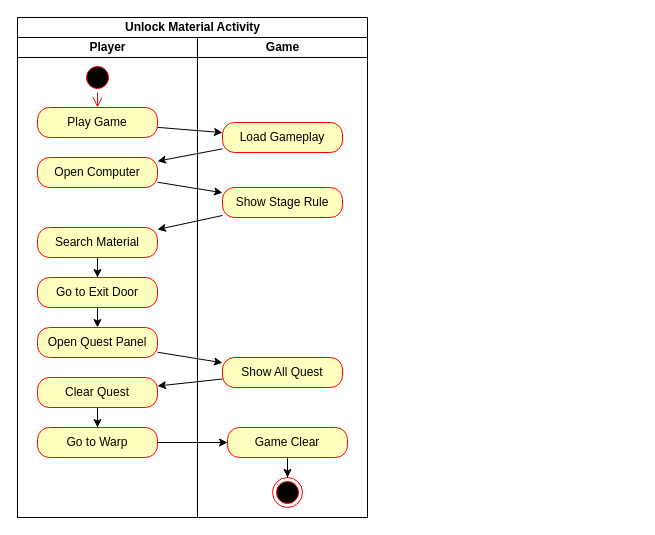
Above: page "Activity - Unlock Material" (12 of 16) of docs/Quest.drawio in rif746/AlgosQuest (draw.io), before the change. Source tidied: cells renumbered, new cells numbered last; positions are measured from the earlier drawing's top-left corner, leaving out a move shared by most shapes. Both pictures are drawn from the tidied source at 100%, with x=0, y=0 at pixel (17, 17).
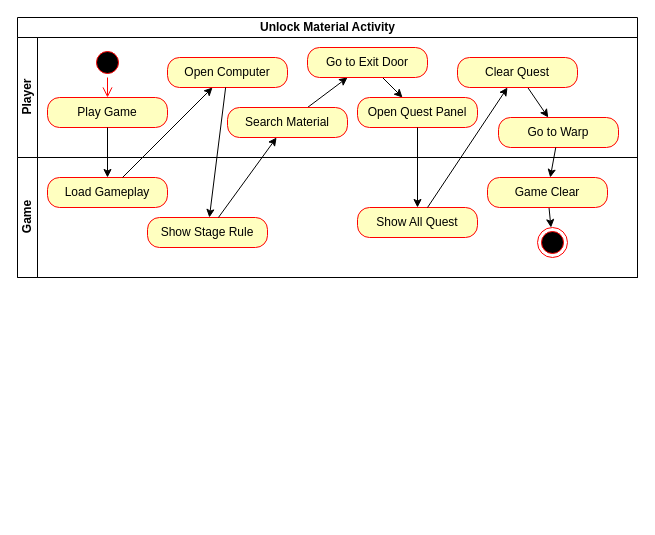
After the change.

What changed in the source:
```diff
@@
-    <mxCell id="2" value="Unlock Material Activity" style="swimlane;startSize=20;html=1;" parent="1" vertex="1">
-      <mxGeometry width="350" height="500" as="geometry" />
+    <mxCell id="2" value="Unlock Material Activity" style="swimlane;horizontal=1;startSize=20;html=1;" parent="1" vertex="1">
+      <mxGeometry width="620" height="260" as="geometry" />
     </mxCell>
-    <mxCell id="3" style="rounded=0;jettySize=auto;html=1;" parent="2" edge="1" source="7" target="18">
-      <mxGeometry relative="1" as="geometry" />
-    </mxCell>
-    <mxCell id="4" value="Player" style="swimlane;startSize=20;html=1;" parent="2" vertex="1">
-      <mxGeometry y="20" width="180" height="480" as="geometry" />
+    <mxCell id="4" value="Player" style="swimlane;startSize=20;horizontal=0;html=1;" parent="2" vertex="1">
+      <mxGeometry y="20" width="620" height="120" as="geometry" />
     </mxCell>
-    <mxCell id="5" style="ellipse;html=1;shape=startState;fillColor=#000000;strokeColor=#ff0000;" parent="4" vertex="1">
-      <mxGeometry x="65" y="25" width="30" height="30" as="geometry" />
-    </mxCell>
-    <mxCell id="6" style="edgeStyle=orthogonalEdgeStyle;html=1;verticalAlign=bottom;endArrow=open;endSize=8;strokeColor=#ff0000;rounded=0;" parent="4" edge="1" source="5" target="7">
-      <mxGeometry relative="1" as="geometry" />
-    </mxCell>
     <mxCell id="7" value="Play Game" style="rounded=1;whiteSpace=wrap;html=1;arcSize=40;fontColor=#000000;fillColor=#ffffc0;strokeColor=#ff0000;" parent="4" vertex="1">
-      <mxGeometry x="20" y="70" width="120" height="30" as="geometry" />
+      <mxGeometry x="30" y="60" width="120" height="30" as="geometry" />
     </mxCell>
+    <mxCell id="30" style="ellipse;html=1;shape=startState;fillColor=#000000;strokeColor=#ff0000;" parent="4" vertex="1">
+      <mxGeometry x="75" y="10" width="30" height="30" as="geometry" />
+    </mxCell>
+    <mxCell id="31" style="edgeStyle=orthogonalEdgeStyle;html=1;verticalAlign=bottom;endArrow=open;endSize=8;strokeColor=#ff0000;rounded=0;" parent="4" edge="1" source="30" target="7">
+      <mxGeometry relative="1" as="geometry" />
+    </mxCell>
     <mxCell id="8" value="Open Computer" style="rounded=1;whiteSpace=wrap;html=1;arcSize=40;fontColor=#000000;fillColor=#ffffc0;strokeColor=#ff0000;" parent="4" vertex="1">
-      <mxGeometry x="20" y="120" width="120" height="30" as="geometry" />
+      <mxGeometry x="150" y="20" width="120" height="30" as="geometry" />
     </mxCell>
-    <mxCell id="9" style="edgeStyle=orthogonalEdgeStyle;rounded=0;jettySize=auto;html=1;" parent="4" edge="1" source="11" target="12">
+    <mxCell id="9" style="rounded=0;jettySize=auto;html=1;" parent="4" edge="1" source="11" target="12">
       <mxGeometry relative="1" as="geometry" />
     </mxCell>
-    <mxCell id="10" style="edgeStyle=orthogonalEdgeStyle;rounded=0;jettySize=auto;html=1;" parent="4" edge="1" source="11" target="13">
-      <mxGeometry relative="1" as="geometry" />
-    </mxCell>
     <mxCell id="11" value="Search Material" style="rounded=1;whiteSpace=wrap;html=1;arcSize=40;fontColor=#000000;fillColor=#ffffc0;strokeColor=#ff0000;" parent="4" vertex="1">
-      <mxGeometry x="20" y="190" width="120" height="30" as="geometry" />
+      <mxGeometry x="210" y="70" width="120" height="30" as="geometry" />
     </mxCell>
+    <mxCell id="32" style="rounded=0;jettySize=auto;html=1;" parent="4" edge="1" source="12" target="13">
+      <mxGeometry relative="1" as="geometry" />
+    </mxCell>
     <mxCell id="12" value="Go to Exit Door" style="rounded=1;whiteSpace=wrap;html=1;arcSize=40;fontColor=#000000;fillColor=#ffffc0;strokeColor=#ff0000;" parent="4" vertex="1">
-      <mxGeometry x="20" y="240" width="120" height="30" as="geometry" />
+      <mxGeometry x="290" y="10" width="120" height="30" as="geometry" />
     </mxCell>
     <mxCell id="13" value="Open Quest Panel" style="rounded=1;whiteSpace=wrap;html=1;arcSize=40;fontColor=#000000;fillColor=#ffffc0;strokeColor=#ff0000;" parent="4" vertex="1">
-      <mxGeometry x="20" y="290" width="120" height="30" as="geometry" />
+      <mxGeometry x="340" y="60" width="120" height="30" as="geometry" />
     </mxCell>
-    <mxCell id="14" style="edgeStyle=orthogonalEdgeStyle;rounded=0;jettySize=auto;html=1;" parent="4" edge="1" source="15" target="16">
+    <mxCell id="14" style="rounded=0;jettySize=auto;html=1;" parent="4" edge="1" source="15" target="16">
       <mxGeometry relative="1" as="geometry" />
     </mxCell>
     <mxCell id="15" value="Clear Quest" style="rounded=1;whiteSpace=wrap;html=1;arcSize=40;fontColor=#000000;fillColor=#ffffc0;strokeColor=#ff0000;" parent="4" vertex="1">
-      <mxGeometry x="20" y="340" width="120" height="30" as="geometry" />
+      <mxGeometry x="440" y="20" width="120" height="30" as="geometry" />
     </mxCell>
     <mxCell id="16" value="Go to Warp" style="rounded=1;whiteSpace=wrap;html=1;arcSize=40;fontColor=#000000;fillColor=#ffffc0;strokeColor=#ff0000;" parent="4" vertex="1">
-      <mxGeometry x="20" y="390" width="120" height="30" as="geometry" />
+      <mxGeometry x="481" y="80" width="120" height="30" as="geometry" />
     </mxCell>
-    <mxCell id="17" value="Game" style="swimlane;startSize=20;html=1;" parent="2" vertex="1">
-      <mxGeometry x="180" y="20" width="170" height="480" as="geometry" />
+    <mxCell id="17" value="Game" style="swimlane;startSize=20;horizontal=0;html=1;" parent="2" vertex="1">
+      <mxGeometry y="140" width="620" height="120" as="geometry" />
     </mxCell>
     <mxCell id="18" value="Load Gameplay" style="rounded=1;whiteSpace=wrap;html=1;arcSize=40;fontColor=#000000;fillColor=#ffffc0;strokeColor=#ff0000;" parent="17" vertex="1">
-      <mxGeometry x="25" y="85" width="120" height="30" as="geometry" />
+      <mxGeometry x="30" y="20" width="120" height="30" as="geometry" />
     </mxCell>
     <mxCell id="19" value="Show Stage Rule" style="rounded=1;whiteSpace=wrap;html=1;arcSize=40;fontColor=#000000;fillColor=#ffffc0;strokeColor=#ff0000;" parent="17" vertex="1">
-      <mxGeometry x="25" y="150" width="120" height="30" as="geometry" />
+      <mxGeometry x="130" y="60" width="120" height="30" as="geometry" />
     </mxCell>
     <mxCell id="20" value="Show All Quest" style="rounded=1;whiteSpace=wrap;html=1;arcSize=40;fontColor=#000000;fillColor=#ffffc0;strokeColor=#ff0000;" parent="17" vertex="1">
-      <mxGeometry x="25" y="320" width="120" height="30" as="geometry" />
+      <mxGeometry x="340" y="50" width="120" height="30" as="geometry" />
     </mxCell>
-    <mxCell id="21" style="ellipse;html=1;shape=endState;fillColor=#000000;strokeColor=#ff0000;" parent="17" vertex="1">
-      <mxGeometry x="75" y="440" width="30" height="30" as="geometry" />
-    </mxCell>
-    <mxCell id="22" style="edgeStyle=orthogonalEdgeStyle;rounded=0;jettySize=auto;html=1;" parent="17" edge="1" source="23" target="21">
-      <mxGeometry relative="1" as="geometry" />
-    </mxCell>
+    <mxCell id="33" style="rounded=0;jettySize=auto;html=1;" parent="17" edge="1" source="23" target="34">
+      <mxGeometry relative="1" as="geometry" />
+    </mxCell>
     <mxCell id="23" value="Game Clear" style="rounded=1;whiteSpace=wrap;html=1;arcSize=40;fontColor=#000000;fillColor=#ffffc0;strokeColor=#ff0000;" parent="17" vertex="1">
-      <mxGeometry x="30" y="390" width="120" height="30" as="geometry" />
+      <mxGeometry x="470" y="20" width="120" height="30" as="geometry" />
     </mxCell>
+    <mxCell id="34" style="ellipse;html=1;shape=endState;fillColor=#000000;strokeColor=#ff0000;" parent="17" vertex="1">
+      <mxGeometry x="520" y="70" width="30" height="30" as="geometry" />
+    </mxCell>
+    <mxCell id="3" style="edgeStyle=orthogonalEdgeStyle;rounded=0;jettySize=auto;html=1;" parent="2" edge="1" source="7" target="18">
+      <mxGeometry relative="1" as="geometry" />
+    </mxCell>
@@
-    <mxCell id="29" style="edgeStyle=orthogonalEdgeStyle;rounded=0;jettySize=auto;html=1;" parent="2" edge="1" source="16" target="23">
+    <mxCell id="29" style="rounded=0;jettySize=auto;html=1;" parent="2" edge="1" source="16" target="23">
       <mxGeometry relative="1" as="geometry" />
     </mxCell>
```
